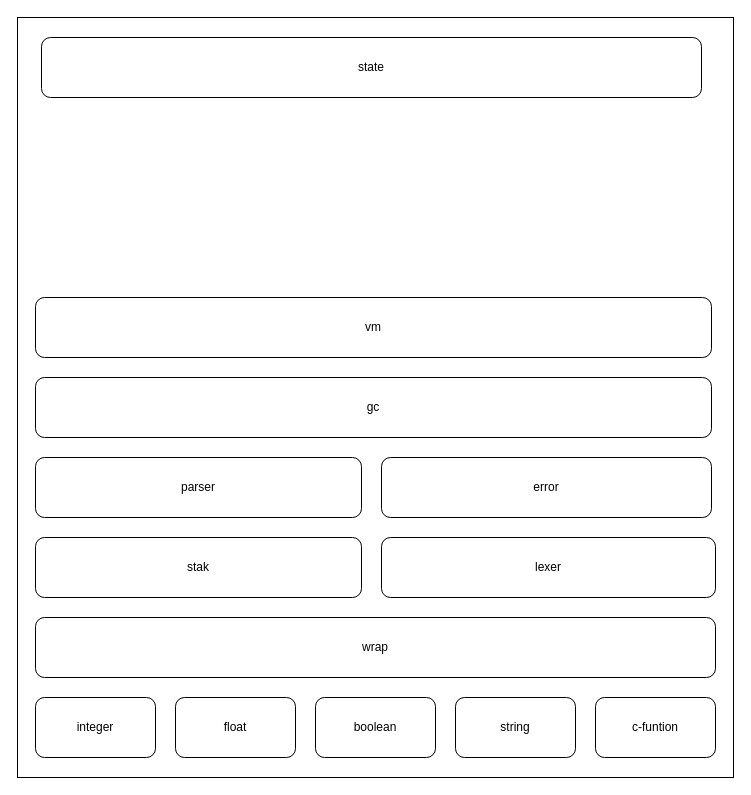
ShunzDai/candy keeps this draw.io diagram as doc/framework.drawio. Above is the earlier version. Source tidied: cells renumbered, new cells numbered last; positions are measured from the earlier drawing's top-left corner, leaving out a move shared by most shapes. Both pictures are drawn from the tidied source at 100%, with x=0, y=0 at pixel (17, 17).
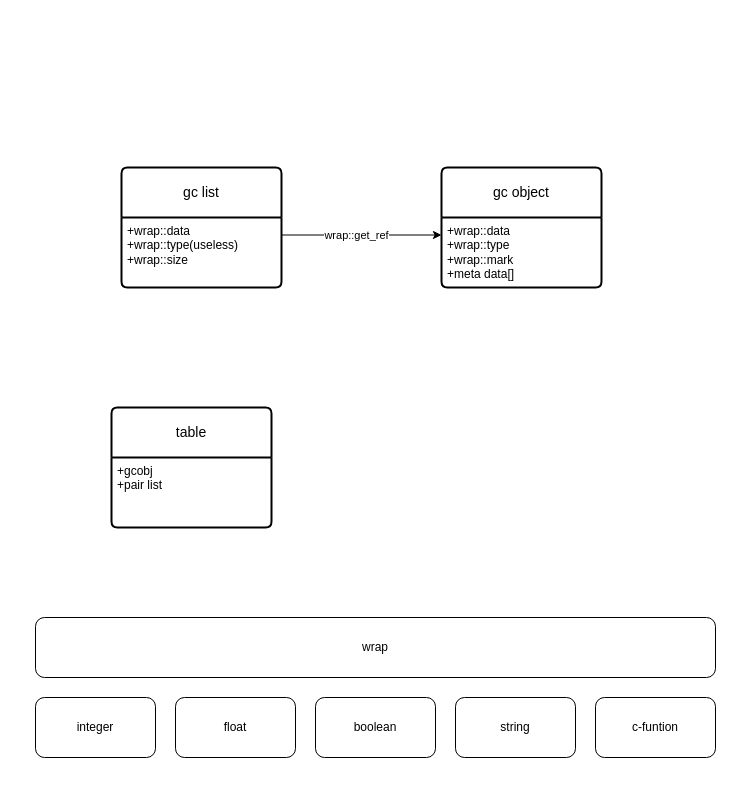
Above is the later version.

What changed in the source:
```diff
@@
 <mxGraphModel>
   <root>
     <mxCell id="0" />
     <mxCell id="1" parent="0" />
-    <mxCell id="2" style="rounded=0;whiteSpace=wrap;html=1;" parent="1" vertex="1">
-      <mxGeometry width="716" height="760" as="geometry" />
-    </mxCell>
     <mxCell id="3" value="wrap" style="rounded=1;whiteSpace=wrap;html=1;" parent="1" vertex="1">
       <mxGeometry x="18" y="600" width="680" height="60" as="geometry" />
     </mxCell>
-    <mxCell id="4" value="stak" style="rounded=1;whiteSpace=wrap;html=1;" parent="1" vertex="1">
-      <mxGeometry x="18" y="520" width="326" height="60" as="geometry" />
-    </mxCell>
-    <mxCell id="5" value="lexer" style="rounded=1;whiteSpace=wrap;html=1;" parent="1" vertex="1">
-      <mxGeometry x="364" y="520" width="334" height="60" as="geometry" />
-    </mxCell>
     <mxCell id="6" value="integer" style="rounded=1;whiteSpace=wrap;html=1;" parent="1" vertex="1">
       <mxGeometry x="18" y="680" width="120" height="60" as="geometry" />
     </mxCell>
     <mxCell id="7" value="float" style="rounded=1;whiteSpace=wrap;html=1;" parent="1" vertex="1">
       <mxGeometry x="158" y="680" width="120" height="60" as="geometry" />
     </mxCell>
     <mxCell id="8" value="boolean" style="rounded=1;whiteSpace=wrap;html=1;" parent="1" vertex="1">
       <mxGeometry x="298" y="680" width="120" height="60" as="geometry" />
     </mxCell>
     <mxCell id="9" value="string" style="rounded=1;whiteSpace=wrap;html=1;" parent="1" vertex="1">
       <mxGeometry x="438" y="680" width="120" height="60" as="geometry" />
     </mxCell>
     <mxCell id="10" value="c-funtion" style="rounded=1;whiteSpace=wrap;html=1;" parent="1" vertex="1">
       <mxGeometry x="578" y="680" width="120" height="60" as="geometry" />
     </mxCell>
-    <mxCell id="11" value="state" style="rounded=1;whiteSpace=wrap;html=1;" parent="1" vertex="1">
-      <mxGeometry x="24" y="20" width="660" height="60" as="geometry" />
-    </mxCell>
-    <mxCell id="12" value="parser" style="rounded=1;whiteSpace=wrap;html=1;" parent="1" vertex="1">
-      <mxGeometry x="18" y="440" width="326" height="60" as="geometry" />
-    </mxCell>
-    <mxCell id="13" value="vm" style="rounded=1;whiteSpace=wrap;html=1;" parent="1" vertex="1">
-      <mxGeometry x="18" y="280" width="676" height="60" as="geometry" />
-    </mxCell>
-    <mxCell id="14" value="error" style="rounded=1;whiteSpace=wrap;html=1;" parent="1" vertex="1">
-      <mxGeometry x="364" y="440" width="330" height="60" as="geometry" />
-    </mxCell>
-    <mxCell id="15" value="gc" style="rounded=1;whiteSpace=wrap;html=1;" parent="1" vertex="1">
-      <mxGeometry x="18" y="360" width="676" height="60" as="geometry" />
-    </mxCell>
+    <mxCell id="16" style="edgeStyle=orthogonalEdgeStyle;rounded=0;jettySize=auto;html=1;entryX=0;entryY=0.25;entryDx=0;entryDy=0;exitX=1;exitY=0.25;exitDx=0;exitDy=0;" parent="1" edge="1" source="19" target="21">
+      <mxGeometry relative="1" as="geometry" />
+    </mxCell>
+    <mxCell id="17" value="wrap::get_ref" style="edgeLabel;html=1;align=center;verticalAlign=middle;" parent="16" vertex="1">
+      <mxGeometry x="-0.3" y="1" relative="1" as="geometry">
+        <mxPoint x="18" y="1" as="offset" />
+      </mxGeometry>
+    </mxCell>
+    <mxCell id="18" value="gc list" style="swimlane;horizontal=1;startSize=50;rounded=1;fontSize=14;fontStyle=0;strokeWidth=2;shadow=0;dashed=0;align=center;arcSize=4;whiteSpace=wrap;html=1;" parent="1" vertex="1">
+      <mxGeometry x="104" y="150" width="160" height="120" as="geometry" />
+    </mxCell>
+    <mxCell id="19" value="+wrap::data&lt;br&gt;+wrap::type(useless)&lt;br&gt;+wrap::size" style="align=left;strokeColor=none;fillColor=none;spacingLeft=4;fontSize=12;verticalAlign=top;html=1;" parent="18" vertex="1">
+      <mxGeometry y="50" width="160" height="70" as="geometry" />
+    </mxCell>
+    <mxCell id="20" value="gc object" style="swimlane;horizontal=1;startSize=50;rounded=1;fontSize=14;fontStyle=0;strokeWidth=2;shadow=0;dashed=0;align=center;arcSize=4;whiteSpace=wrap;html=1;" parent="1" vertex="1">
+      <mxGeometry x="424" y="150" width="160" height="120" as="geometry" />
+    </mxCell>
+    <mxCell id="21" value="+wrap::data&lt;br&gt;+wrap::type&lt;br&gt;+wrap::mark&lt;br&gt;+meta data[]" style="align=left;strokeColor=none;fillColor=none;spacingLeft=4;fontSize=12;verticalAlign=top;html=1;" parent="20" vertex="1">
+      <mxGeometry y="50" width="160" height="70" as="geometry" />
+    </mxCell>
+    <mxCell id="22" value="table" style="swimlane;horizontal=1;startSize=50;rounded=1;fontSize=14;fontStyle=0;strokeWidth=2;shadow=0;dashed=0;align=center;arcSize=4;whiteSpace=wrap;html=1;" parent="1" vertex="1">
+      <mxGeometry x="94" y="390" width="160" height="120" as="geometry" />
+    </mxCell>
+    <mxCell id="23" value="+gcobj&lt;br&gt;+pair list" style="align=left;strokeColor=none;fillColor=none;spacingLeft=4;fontSize=12;verticalAlign=top;html=1;" parent="22" vertex="1">
+      <mxGeometry y="50" width="160" height="70" as="geometry" />
+    </mxCell>
   </root>
 </mxGraphModel>
```
